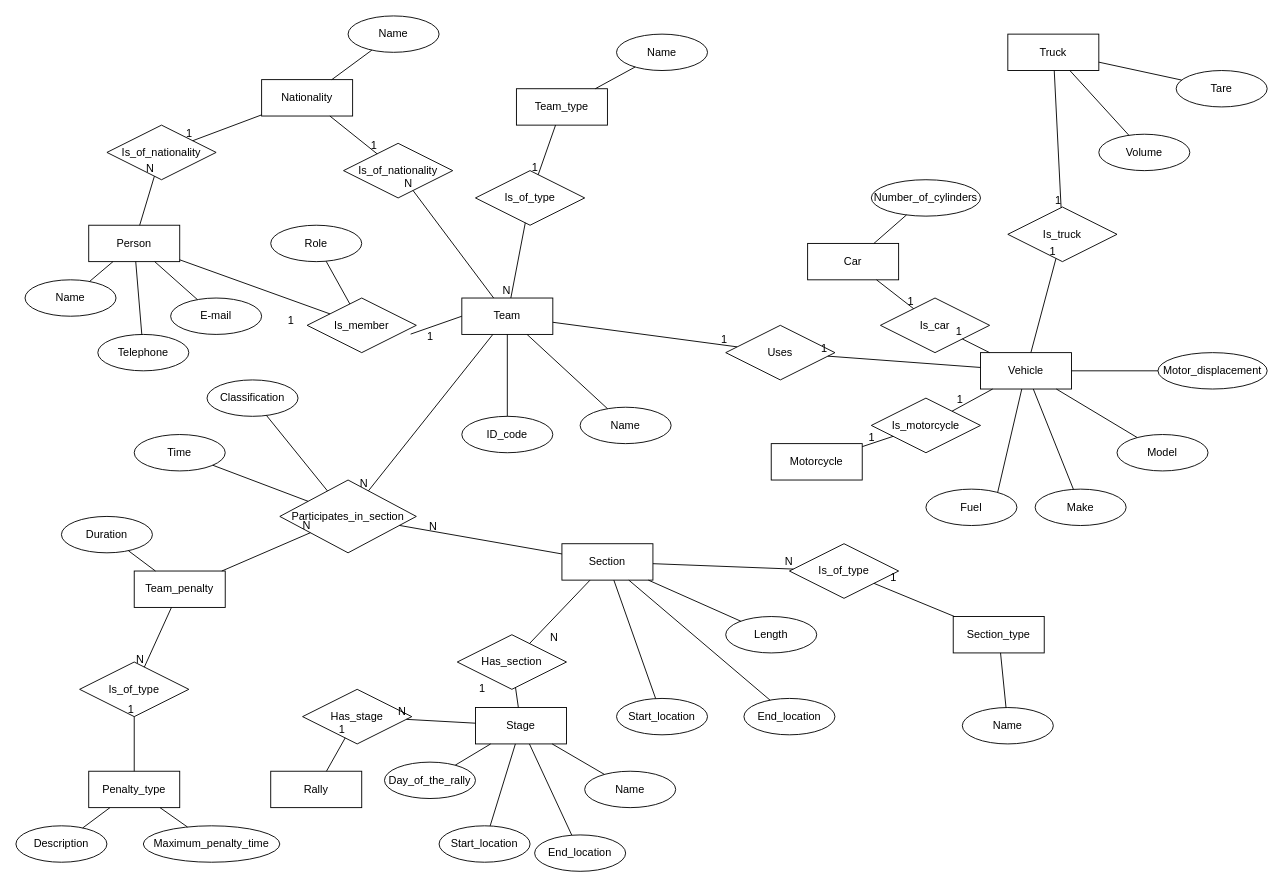
Earlier version of the draw.io diagram M1_ER_diagram.drawio (DanyKrk/ISEP_BDDAD_M1). Source tidied: cells renumbered, new cells numbered last; positions are measured from the earlier drawing's top-left corner, leaving out a move shared by most shapes. Both pictures are drawn from the tidied source at 91%, with x=0, y=0 at pixel (15, 15).
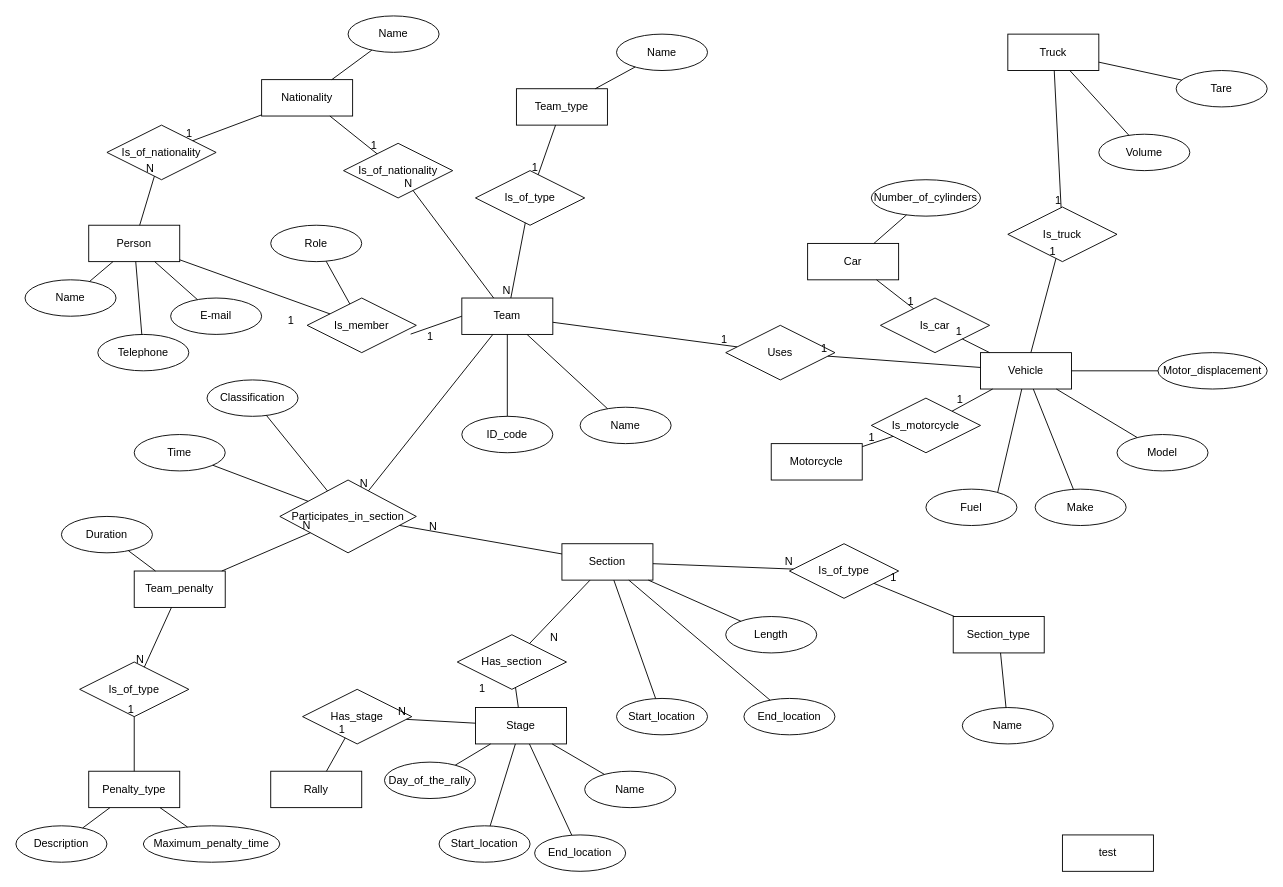
The same page after the edit.

The edit, as a diff of the source:
```diff
@@
+    <mxCell id="139" value="test" style="rounded=0;whiteSpace=wrap;html=1;" parent="1" vertex="1">
+      <mxGeometry x="1150" y="900" width="100" height="40" as="geometry" />
+    </mxCell>
```
